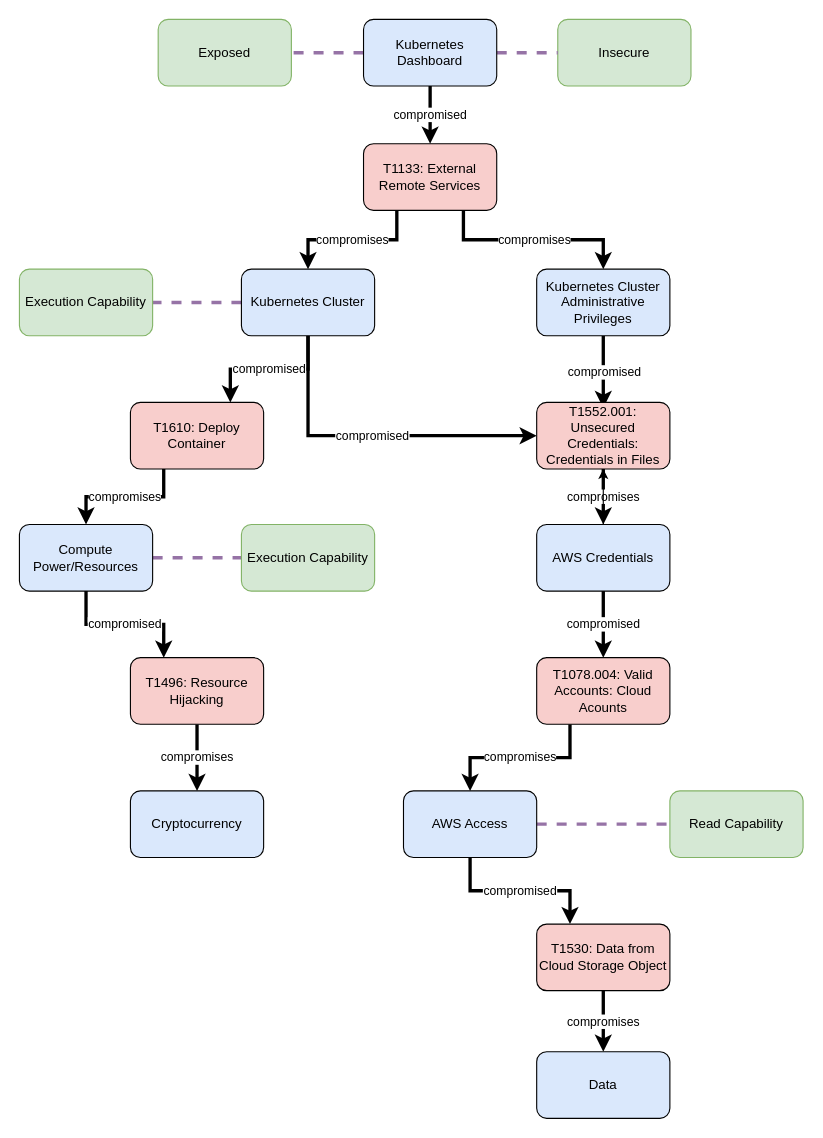
center-for-threat-informed-defense/attack-flow keeps this draw.io diagram as data/action-object-tesla.drawio. Above is the earlier version. Source tidied: cells renumbered, new cells numbered last; positions are measured from the earlier drawing's top-left corner, leaving out a move shared by most shapes. Both pictures are drawn from the tidied source at 111%, with x=0, y=0 at pixel (19, 19).
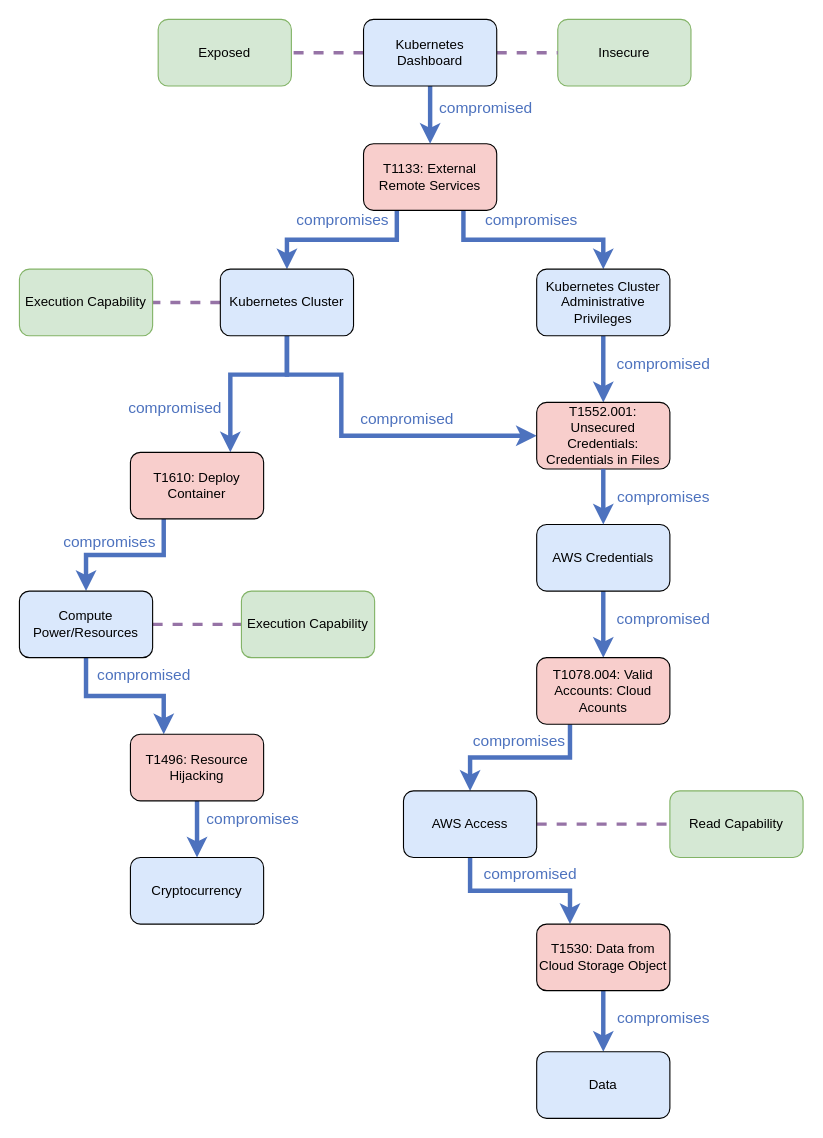
Above is the later version.

Commit message (it also covers changes not shown here):
Tweak tesla viz again

* Change the line color from black to blue (same shade used in
  model.png) so that the graphic is readable on both light and dark
  backgrounds.
* Change text labels to same shade of blue and make their backgrounds
  transparent too.
* Switch tesla viz background back to transparent. It should render well
  in both light mode and dark mode.

Unchanged cells that the change refers to:
```xml
<mxCell id="6" value="T1133: External Remote Services" style="rounded=1;whiteSpace=wrap;html=1;fillColor=#f8cecc;strokeColor=#000000;" parent="1" vertex="1">
  <mxGeometry x="310" y="112" width="120" height="60" as="geometry" />
</mxCell>
<mxCell id="12" value="Kubernetes Cluster Administrative Privileges" style="rounded=1;whiteSpace=wrap;html=1;fillColor=#dae8fc;strokeColor=#000000;" parent="1" vertex="1">
  <mxGeometry x="466" y="225" width="120" height="60" as="geometry" />
</mxCell>
<mxCell id="16" value="T1552.001: Unsecured Credentials: Credentials in Files" style="rounded=1;whiteSpace=wrap;html=1;fillColor=#f8cecc;strokeColor=#000000;" parent="1" vertex="1">
  <mxGeometry x="466" y="345" width="120" height="60" as="geometry" />
</mxCell>
<mxCell id="19" value="AWS Credentials" style="rounded=1;whiteSpace=wrap;html=1;fillColor=#dae8fc;strokeColor=#000000;" parent="1" vertex="1">
  <mxGeometry x="466" y="455" width="120" height="60" as="geometry" />
</mxCell>
<mxCell id="25" value="T1078.004: Valid Accounts: Cloud Acounts" style="rounded=1;whiteSpace=wrap;html=1;fillColor=#f8cecc;strokeColor=#000000;" parent="1" vertex="1">
  <mxGeometry x="466" y="575" width="120" height="60" as="geometry" />
</mxCell>
<mxCell id="28" value="AWS Access" style="rounded=1;whiteSpace=wrap;html=1;fillColor=#dae8fc;strokeColor=#000000;" parent="1" vertex="1">
  <mxGeometry x="346" y="695" width="120" height="60" as="geometry" />
</mxCell>
<mxCell id="30" value="T1530: Data from Cloud Storage Object" style="rounded=1;whiteSpace=wrap;html=1;fillColor=#f8cecc;strokeColor=#000000;" parent="1" vertex="1">
  <mxGeometry x="466" y="815" width="120" height="60" as="geometry" />
</mxCell>
<mxCell id="31" value="Data" style="rounded=1;whiteSpace=wrap;html=1;fillColor=#dae8fc;strokeColor=#000000;" parent="1" vertex="1">
  <mxGeometry x="466" y="930" width="120" height="60" as="geometry" />
</mxCell>
<mxCell id="38" value="Kubernetes Dashboard" style="rounded=1;whiteSpace=wrap;html=1;fillColor=#dae8fc;strokeColor=#000000;" parent="1" vertex="1">
  <mxGeometry x="310" width="120" height="60" as="geometry" />
</mxCell>
```

What changed in the source:
```diff
@@
-    <mxCell id="4" value="compromises" style="edgeStyle=orthogonalEdgeStyle;rounded=0;jettySize=auto;html=1;exitX=0.25;exitY=1;exitDx=0;exitDy=0;strokeWidth=3;fillColor=#fff2cc;strokeColor=#000000;" parent="1" edge="1" source="6" target="10">
-      <mxGeometry relative="1" as="geometry" />
+    <mxCell id="4" value="compromises" style="edgeStyle=orthogonalEdgeStyle;rounded=0;jettySize=auto;html=1;exitX=0.25;exitY=1;exitDx=0;exitDy=0;strokeWidth=4;fillColor=#dae8fc;strokeColor=#4D72BE;fontColor=#4D72BE;fontSize=14;labelBackgroundColor=none;" parent="1" edge="1" source="6" target="10">
+      <mxGeometry x="0.01" y="-18" relative="1" as="geometry">
+        <mxPoint x="1" as="offset" />
+      </mxGeometry>
     </mxCell>
-    <mxCell id="5" value="compromises" style="edgeStyle=orthogonalEdgeStyle;rounded=0;jettySize=auto;html=1;exitX=0.75;exitY=1;exitDx=0;exitDy=0;entryX=0.5;entryY=0;entryDx=0;entryDy=0;strokeWidth=3;fillColor=#fff2cc;strokeColor=#000000;" parent="1" edge="1" source="6" target="12">
-      <mxGeometry relative="1" as="geometry" />
+    <mxCell id="5" value="compromises" style="edgeStyle=orthogonalEdgeStyle;rounded=0;jettySize=auto;html=1;exitX=0.75;exitY=1;exitDx=0;exitDy=0;entryX=0.5;entryY=0;entryDx=0;entryDy=0;strokeWidth=4;fillColor=#dae8fc;strokeColor=#4D72BE;fontColor=#4D72BE;fontSize=14;labelBackgroundColor=none;" parent="1" edge="1" source="6" target="12">
+      <mxGeometry x="-0.03" y="19" relative="1" as="geometry">
+        <mxPoint y="1" as="offset" />
+      </mxGeometry>
     </mxCell>
@@
-    <mxCell id="7" value="compromised" style="edgeStyle=orthogonalEdgeStyle;rounded=0;jettySize=auto;html=1;exitX=0.5;exitY=1;exitDx=0;exitDy=0;entryX=0.75;entryY=0;entryDx=0;entryDy=0;strokeWidth=3;fillColor=#fff2cc;strokeColor=#000000;" parent="1" edge="1" source="10" target="14">
-      <mxGeometry relative="1" as="geometry" />
+    <mxCell id="7" value="compromised" style="edgeStyle=orthogonalEdgeStyle;rounded=0;jettySize=auto;html=1;exitX=0.5;exitY=1;exitDx=0;exitDy=0;entryX=0.75;entryY=0;entryDx=0;entryDy=0;strokeWidth=4;fillColor=#dae8fc;strokeColor=#4D72BE;fontColor=#4D72BE;fontSize=14;labelBackgroundColor=none;" parent="1" edge="1" source="10" target="14">
+      <mxGeometry x="0.49" y="-50" relative="1" as="geometry">
+        <Array as="points">
+          <mxPoint x="241" y="320" />
+          <mxPoint x="190" y="320" />
+        </Array>
+      </mxGeometry>
     </mxCell>
-    <mxCell id="8" value="compromised" style="edgeStyle=orthogonalEdgeStyle;rounded=0;jettySize=auto;html=1;exitX=0.5;exitY=1;exitDx=0;exitDy=0;entryX=0;entryY=0.5;entryDx=0;entryDy=0;strokeWidth=3;fillColor=#fff2cc;strokeColor=#000000;" parent="1" edge="1" source="10" target="16">
-      <mxGeometry relative="1" as="geometry" />
+    <mxCell id="8" value="compromised" style="edgeStyle=orthogonalEdgeStyle;rounded=0;jettySize=auto;html=1;exitX=0.5;exitY=1;exitDx=0;exitDy=0;entryX=0;entryY=0.5;entryDx=0;entryDy=0;strokeWidth=4;fillColor=#dae8fc;strokeColor=#4D72BE;fontColor=#4D72BE;fontSize=14;labelBackgroundColor=none;" parent="1" edge="1" source="10" target="16">
+      <mxGeometry x="0.26" y="15" relative="1" as="geometry">
+        <Array as="points">
+          <mxPoint x="241" y="320" />
+          <mxPoint x="290" y="320" />
+          <mxPoint x="290" y="375" />
+        </Array>
+      </mxGeometry>
     </mxCell>
@@
     <mxCell id="10" value="Kubernetes Cluster" style="rounded=1;whiteSpace=wrap;html=1;fillColor=#dae8fc;strokeColor=#000000;" parent="1" vertex="1">
-      <mxGeometry x="200" y="225" width="120" height="60" as="geometry" />
+      <mxGeometry x="181" y="225" width="120" height="60" as="geometry" />
     </mxCell>
-    <mxCell id="11" value="compromised" style="edgeStyle=orthogonalEdgeStyle;rounded=0;jettySize=auto;html=1;exitX=0.5;exitY=1;exitDx=0;exitDy=0;strokeWidth=3;fillColor=#fff2cc;strokeColor=#000000;" parent="1" edge="1" source="12">
-      <mxGeometry relative="1" as="geometry">
-        <mxPoint x="526" y="350" as="targetPoint" />
-      </mxGeometry>
+    <mxCell id="11" value="compromised" style="edgeStyle=orthogonalEdgeStyle;rounded=0;jettySize=auto;html=1;strokeWidth=4;fillColor=#dae8fc;strokeColor=#4D72BE;fontColor=#4D72BE;fontSize=14;exitX=0.5;exitY=1;exitDx=0;exitDy=0;entryX=0.5;entryY=0;entryDx=0;entryDy=0;labelBackgroundColor=none;" parent="1" edge="1" source="12" target="16">
+      <mxGeometry x="-0.17" y="54" relative="1" as="geometry" />
     </mxCell>
@@
-    <mxCell id="13" value="compromises" style="edgeStyle=orthogonalEdgeStyle;rounded=0;jettySize=auto;html=1;exitX=0.25;exitY=1;exitDx=0;exitDy=0;entryX=0.5;entryY=0;entryDx=0;entryDy=0;strokeWidth=3;fillColor=#fff2cc;strokeColor=#000000;" parent="1" edge="1" source="14" target="22">
-      <mxGeometry relative="1" as="geometry" />
+    <mxCell id="13" value="compromises" style="edgeStyle=orthogonalEdgeStyle;rounded=0;jettySize=auto;html=1;exitX=0.25;exitY=1;exitDx=0;exitDy=0;entryX=0.5;entryY=0;entryDx=0;entryDy=0;strokeWidth=4;fillColor=#dae8fc;strokeColor=#4D72BE;fontColor=#4D72BE;fontSize=14;labelBackgroundColor=none;" parent="1" edge="1" source="14" target="22">
+      <mxGeometry x="0.22" y="-12" relative="1" as="geometry" />
     </mxCell>
     <mxCell id="14" value="T1610: Deploy Container" style="rounded=1;whiteSpace=wrap;html=1;fillColor=#f8cecc;strokeColor=#000000;" parent="1" vertex="1">
-      <mxGeometry x="100" y="345" width="120" height="60" as="geometry" />
+      <mxGeometry x="100" y="390" width="120" height="60" as="geometry" />
     </mxCell>
-    <mxCell id="15" value="compromises" style="edgeStyle=orthogonalEdgeStyle;rounded=0;jettySize=auto;html=1;exitX=0.5;exitY=1;exitDx=0;exitDy=0;entryX=0.5;entryY=0;entryDx=0;entryDy=0;strokeWidth=3;fillColor=#fff2cc;strokeColor=#000000;" parent="1" edge="1" source="16" target="19">
-      <mxGeometry relative="1" as="geometry" />
-    </mxCell>
@@
-    <mxCell id="17" value="compromised" style="edgeStyle=orthogonalEdgeStyle;rounded=0;jettySize=auto;html=1;exitX=0.5;exitY=1;exitDx=0;exitDy=0;entryX=0.5;entryY=0;entryDx=0;entryDy=0;strokeWidth=3;fillColor=#fff2cc;strokeColor=#000000;" parent="1" edge="1" source="19" target="25">
-      <mxGeometry relative="1" as="geometry" />
+    <mxCell id="17" value="compromised" style="edgeStyle=orthogonalEdgeStyle;rounded=0;jettySize=auto;html=1;exitX=0.5;exitY=1;exitDx=0;exitDy=0;entryX=0.5;entryY=0;entryDx=0;entryDy=0;strokeWidth=4;fillColor=#dae8fc;strokeColor=#4D72BE;fontColor=#4D72BE;fontSize=14;labelBackgroundColor=none;" parent="1" edge="1" source="19" target="25">
+      <mxGeometry x="-0.17" y="54" relative="1" as="geometry" />
     </mxCell>
-    <mxCell id="18" style="edgeStyle=orthogonalEdgeStyle;rounded=0;jettySize=auto;html=1;" parent="1" edge="1" source="19" target="16">
-      <mxGeometry relative="1" as="geometry" />
-    </mxCell>
@@
-    <mxCell id="20" value="compromised" style="edgeStyle=orthogonalEdgeStyle;rounded=0;jettySize=auto;html=1;exitX=0.5;exitY=1;exitDx=0;exitDy=0;entryX=0.25;entryY=0;entryDx=0;entryDy=0;strokeWidth=3;fillColor=#fff2cc;strokeColor=#000000;" parent="1" edge="1" source="22" target="33">
-      <mxGeometry relative="1" as="geometry" />
+    <mxCell id="20" value="compromised" style="edgeStyle=orthogonalEdgeStyle;rounded=0;jettySize=auto;html=1;exitX=0.5;exitY=1;exitDx=0;exitDy=0;entryX=0.25;entryY=0;entryDx=0;entryDy=0;strokeWidth=4;fillColor=#dae8fc;strokeColor=#4D72BE;fontColor=#4D72BE;fontSize=14;labelBackgroundColor=none;" parent="1" edge="1" source="22" target="33">
+      <mxGeometry x="0.22" y="20" relative="1" as="geometry">
+        <mxPoint x="1" y="1" as="offset" />
+      </mxGeometry>
     </mxCell>
@@
     <mxCell id="22" value="Compute Power/Resources" style="rounded=1;whiteSpace=wrap;html=1;fillColor=#dae8fc;strokeColor=#000000;" parent="1" vertex="1">
-      <mxGeometry y="455" width="120" height="60" as="geometry" />
+      <mxGeometry y="515" width="120" height="60" as="geometry" />
     </mxCell>
     <mxCell id="23" value="Execution Capability" style="rounded=1;whiteSpace=wrap;html=1;fillColor=#d5e8d4;strokeColor=#82b366;" parent="1" vertex="1">
-      <mxGeometry x="200" y="455" width="120" height="60" as="geometry" />
+      <mxGeometry x="200" y="515" width="120" height="60" as="geometry" />
     </mxCell>
-    <mxCell id="24" value="compromises" style="edgeStyle=orthogonalEdgeStyle;rounded=0;jettySize=auto;html=1;exitX=0.25;exitY=1;exitDx=0;exitDy=0;entryX=0.5;entryY=0;entryDx=0;entryDy=0;strokeWidth=3;fillColor=#fff2cc;strokeColor=#000000;" parent="1" edge="1" source="25" target="28">
-      <mxGeometry relative="1" as="geometry" />
+    <mxCell id="24" value="compromises" style="edgeStyle=orthogonalEdgeStyle;rounded=0;jettySize=auto;html=1;exitX=0.25;exitY=1;exitDx=0;exitDy=0;entryX=0.5;entryY=0;entryDx=0;entryDy=0;strokeWidth=4;fillColor=#dae8fc;strokeColor=#4D72BE;fontColor=#4D72BE;fontSize=14;labelBackgroundColor=none;" parent="1" edge="1" source="25" target="28">
+      <mxGeometry x="0.01" y="-15" relative="1" as="geometry" />
     </mxCell>
@@
-    <mxCell id="26" value="compromised" style="edgeStyle=orthogonalEdgeStyle;rounded=0;jettySize=auto;html=1;exitX=0.5;exitY=1;exitDx=0;exitDy=0;strokeWidth=3;entryX=0.25;entryY=0;entryDx=0;entryDy=0;fillColor=#fff2cc;strokeColor=#000000;" parent="1" edge="1" source="28" target="30">
-      <mxGeometry relative="1" as="geometry" />
+    <mxCell id="26" value="compromised" style="edgeStyle=orthogonalEdgeStyle;rounded=0;jettySize=auto;html=1;exitX=0.5;exitY=1;exitDx=0;exitDy=0;strokeWidth=4;entryX=0.25;entryY=0;entryDx=0;entryDy=0;fillColor=#dae8fc;strokeColor=#4D72BE;fontColor=#4D72BE;fontSize=14;labelBackgroundColor=none;" parent="1" edge="1" source="28" target="30">
+      <mxGeometry x="0.12" y="15" relative="1" as="geometry" />
     </mxCell>
@@
-    <mxCell id="29" value="compromises" style="edgeStyle=orthogonalEdgeStyle;rounded=0;jettySize=auto;html=1;exitX=0.5;exitY=1;exitDx=0;exitDy=0;entryX=0.5;entryY=0;entryDx=0;entryDy=0;strokeWidth=3;fillColor=#fff2cc;strokeColor=#000000;" parent="1" edge="1" source="30" target="31">
-      <mxGeometry relative="1" as="geometry" />
+    <mxCell id="29" value="compromises" style="edgeStyle=orthogonalEdgeStyle;rounded=0;jettySize=auto;html=1;exitX=0.5;exitY=1;exitDx=0;exitDy=0;entryX=0.5;entryY=0;entryDx=0;entryDy=0;strokeWidth=4;fillColor=#dae8fc;strokeColor=#4D72BE;fontColor=#4D72BE;fontSize=14;labelBackgroundColor=none;" parent="1" edge="1" source="30" target="31">
+      <mxGeometry x="-0.09" y="54" relative="1" as="geometry" />
     </mxCell>
@@
-    <mxCell id="32" value="compromises" style="edgeStyle=orthogonalEdgeStyle;rounded=0;jettySize=auto;html=1;exitX=0.5;exitY=1;exitDx=0;exitDy=0;strokeWidth=3;fillColor=#fff2cc;strokeColor=#000000;" parent="1" edge="1" source="33" target="34">
-      <mxGeometry relative="1" as="geometry" />
+    <mxCell id="32" value="compromises" style="edgeStyle=orthogonalEdgeStyle;rounded=0;jettySize=auto;html=1;exitX=0.5;exitY=1;exitDx=0;exitDy=0;strokeWidth=4;fillColor=#dae8fc;strokeColor=#4D72BE;fontColor=#4D72BE;fontSize=14;labelBackgroundColor=none;" parent="1" edge="1" source="33" target="34">
+      <mxGeometry x="-0.37" y="50" relative="1" as="geometry" />
     </mxCell>
     <mxCell id="33" value="T1496: Resource Hijacking" style="rounded=1;whiteSpace=wrap;html=1;fillColor=#f8cecc;strokeColor=#000000;" parent="1" vertex="1">
-      <mxGeometry x="100" y="575" width="120" height="60" as="geometry" />
+      <mxGeometry x="100" y="644" width="120" height="60" as="geometry" />
     </mxCell>
     <mxCell id="34" value="Cryptocurrency" style="rounded=1;whiteSpace=wrap;html=1;fillColor=#dae8fc;strokeColor=#000000;" parent="1" vertex="1">
-      <mxGeometry x="100" y="695" width="120" height="60" as="geometry" />
+      <mxGeometry x="100" y="755" width="120" height="60" as="geometry" />
     </mxCell>
@@
-    <mxCell id="37" value="compromised" style="edgeStyle=orthogonalEdgeStyle;rounded=0;jettySize=auto;html=1;exitX=0.5;exitY=1;exitDx=0;exitDy=0;entryX=0.5;entryY=0;entryDx=0;entryDy=0;endArrow=classic;endFill=1;strokeWidth=3;fillColor=#fff2cc;strokeColor=#000000;" parent="1" edge="1" source="38" target="6">
-      <mxGeometry relative="1" as="geometry" />
+    <mxCell id="37" value="compromised" style="edgeStyle=orthogonalEdgeStyle;rounded=0;jettySize=auto;html=1;exitX=0.5;exitY=1;exitDx=0;exitDy=0;entryX=0.5;entryY=0;entryDx=0;entryDy=0;endArrow=classic;endFill=1;strokeWidth=4;fillColor=#dae8fc;strokeColor=#4D72BE;fontColor=#4D72BE;fontSize=14;labelBackgroundColor=none;" parent="1" edge="1" source="38" target="6">
+      <mxGeometry x="-0.23" y="50" relative="1" as="geometry" />
     </mxCell>
@@
+    <mxCell id="15" value="compromises" style="edgeStyle=orthogonalEdgeStyle;rounded=0;jettySize=auto;html=1;exitX=0.5;exitY=1;exitDx=0;exitDy=0;entryX=0.5;entryY=0;entryDx=0;entryDy=0;strokeWidth=4;fillColor=#dae8fc;strokeColor=#4D72BE;fontColor=#4D72BE;fontSize=14;labelBackgroundColor=none;" parent="1" edge="1" source="16" target="19">
+      <mxGeometry y="54" relative="1" as="geometry" />
+    </mxCell>
```
